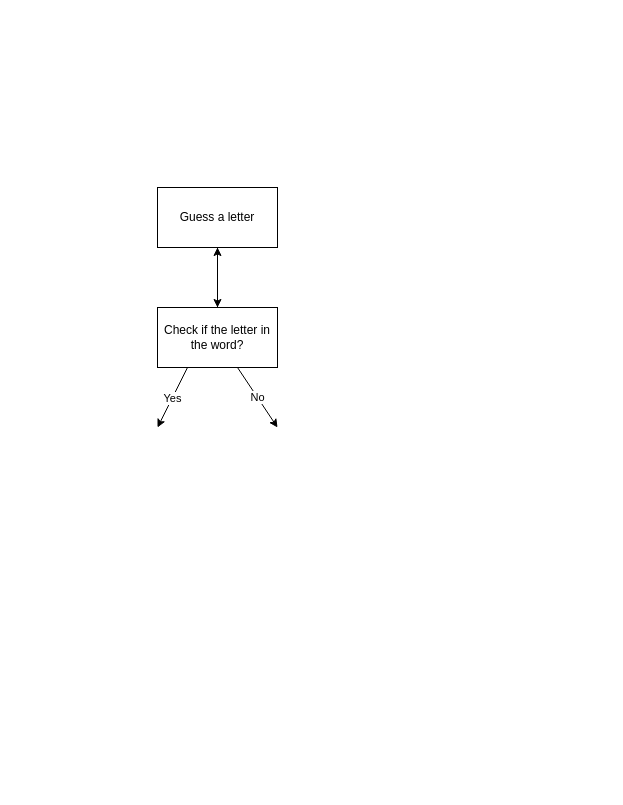
GytenisBorusas/100DaysOfCode keeps this draw.io diagram as Day7_hangman.drawio. Above is the earlier version. Source tidied: cells renumbered, new cells numbered last; positions are measured from the earlier drawing's top-left corner, leaving out a move shared by most shapes. Both pictures are drawn from the tidied source at 100%, with x=0, y=0 at pixel (157, 187).
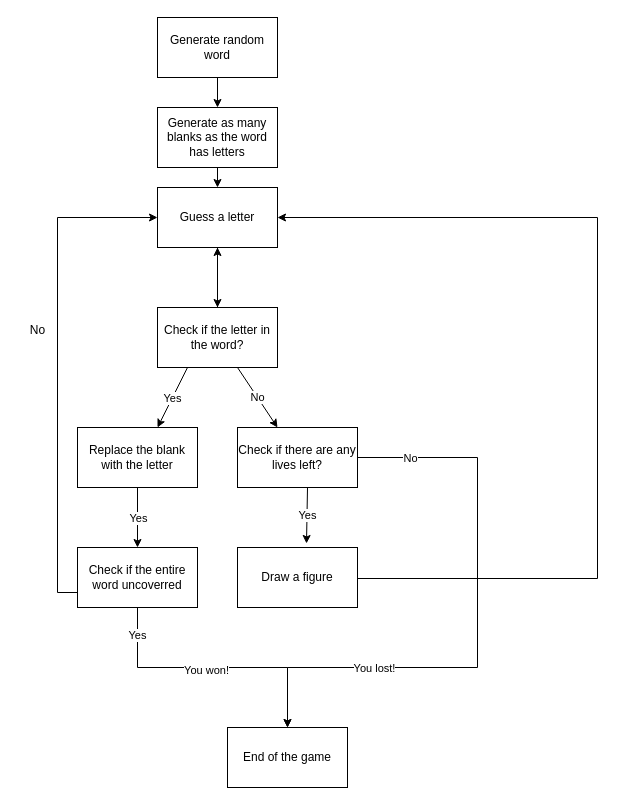
Above is the later version.

Unchanged cells that the change refers to:
```xml
<mxCell id="2" value="Guess a letter" style="rounded=0;whiteSpace=wrap;html=1;" parent="1" vertex="1">
  <mxGeometry width="120" height="60" as="geometry" />
</mxCell>
```

What changed in the source:
```diff
@@
+    <mxCell id="10" style="edgeStyle=orthogonalEdgeStyle;rounded=0;jettySize=auto;html=1;exitX=0;exitY=0.75;exitDx=0;exitDy=0;entryX=0;entryY=0.5;entryDx=0;entryDy=0;" parent="1" edge="1" source="14" target="2">
+      <mxGeometry relative="1" as="geometry" />
+    </mxCell>
+    <mxCell id="11" style="edgeStyle=orthogonalEdgeStyle;rounded=0;jettySize=auto;html=1;exitX=0.5;exitY=1;exitDx=0;exitDy=0;entryX=0.5;entryY=0;entryDx=0;entryDy=0;" parent="1" edge="1" source="14" target="17">
+      <mxGeometry relative="1" as="geometry" />
+    </mxCell>
+    <mxCell id="12" value="You won!&lt;br&gt;" style="edgeLabel;html=1;align=center;verticalAlign=middle;" parent="11" vertex="1">
+      <mxGeometry x="-0.05" y="-2" relative="1" as="geometry" />
+    </mxCell>
+    <mxCell id="13" value="Yes" style="edgeLabel;html=1;align=center;verticalAlign=middle;" parent="11" vertex="1">
+      <mxGeometry x="-0.8" y="-1" relative="1" as="geometry" />
+    </mxCell>
+    <mxCell id="14" value="Check if the entire word uncoverred" style="rounded=0;whiteSpace=wrap;html=1;" parent="1" vertex="1">
+      <mxGeometry x="-80" y="360" width="120" height="60" as="geometry" />
+    </mxCell>
+    <mxCell id="15" style="endArrow=classic;html=1;rounded=0;exitX=0.25;exitY=1;exitDx=0;exitDy=0;entryX=0.5;entryY=0;entryDx=0;entryDy=0;" parent="1" edge="1" target="14">
+      <mxGeometry relative="1" as="geometry">
+        <mxPoint x="-20" y="300" as="sourcePoint" />
+      </mxGeometry>
+    </mxCell>
+    <mxCell id="16" value="Yes&lt;br&gt;" style="edgeLabel;html=1;align=center;verticalAlign=middle;" parent="15" vertex="1">
+      <mxGeometry relative="1" as="geometry" />
+    </mxCell>
+    <mxCell id="17" value="End of the game" style="rounded=0;whiteSpace=wrap;html=1;" parent="1" vertex="1">
+      <mxGeometry x="70" y="540" width="120" height="60" as="geometry" />
+    </mxCell>
+    <mxCell id="18" value="No" style="text;html=1;align=center;verticalAlign=middle;strokeColor=none;fillColor=none;" parent="1" vertex="1">
+      <mxGeometry x="-140" y="128" width="40" height="30" as="geometry" />
+    </mxCell>
+    <mxCell id="19" style="edgeStyle=orthogonalEdgeStyle;rounded=0;jettySize=auto;html=1;exitX=1;exitY=0.5;exitDx=0;exitDy=0;entryX=0.5;entryY=0;entryDx=0;entryDy=0;" parent="1" edge="1" source="22" target="17">
+      <mxGeometry relative="1" as="geometry">
+        <Array as="points">
+          <mxPoint x="320" y="270" />
+          <mxPoint x="320" y="480" />
+          <mxPoint x="130" y="480" />
+        </Array>
+      </mxGeometry>
+    </mxCell>
+    <mxCell id="20" value="You lost!&lt;br&gt;" style="edgeLabel;html=1;align=center;verticalAlign=middle;" parent="19" vertex="1">
+      <mxGeometry x="0.5" relative="1" as="geometry">
+        <mxPoint x="1" as="offset" />
+      </mxGeometry>
+    </mxCell>
+    <mxCell id="21" value="No" style="edgeLabel;html=1;align=center;verticalAlign=middle;" parent="19" vertex="1">
+      <mxGeometry x="-0.82" relative="1" as="geometry" />
+    </mxCell>
+    <mxCell id="22" value="Check if there are any lives left?" style="rounded=0;whiteSpace=wrap;html=1;" parent="1" vertex="1">
+      <mxGeometry x="80" y="240" width="120" height="60" as="geometry" />
+    </mxCell>
+    <mxCell id="23" style="endArrow=classic;html=1;rounded=0;exitX=0.25;exitY=1;exitDx=0;exitDy=0;entryX=0.575;entryY=-0.067;entryDx=0;entryDy=0;entryPerimeter=0;" parent="1" edge="1" target="26">
+      <mxGeometry relative="1" as="geometry">
+        <mxPoint x="150" y="300" as="sourcePoint" />
+      </mxGeometry>
+    </mxCell>
+    <mxCell id="24" value="Yes&lt;br&gt;" style="edgeLabel;html=1;align=center;verticalAlign=middle;" parent="23" vertex="1">
+      <mxGeometry relative="1" as="geometry" />
+    </mxCell>
+    <mxCell id="25" style="edgeStyle=orthogonalEdgeStyle;rounded=0;jettySize=auto;html=1;entryX=1;entryY=0.5;entryDx=0;entryDy=0;" parent="1" edge="1" target="2">
+      <mxGeometry relative="1" as="geometry">
+        <mxPoint x="190" y="390" as="sourcePoint" />
+        <Array as="points">
+          <mxPoint x="190" y="391" />
+          <mxPoint x="440" y="391" />
+          <mxPoint x="440" y="30" />
+        </Array>
+      </mxGeometry>
+    </mxCell>
+    <mxCell id="26" value="Draw a figure&lt;br&gt;" style="rounded=0;whiteSpace=wrap;html=1;" parent="1" vertex="1">
+      <mxGeometry x="80" y="360" width="120" height="60" as="geometry" />
+    </mxCell>
+    <mxCell id="27" style="edgeStyle=orthogonalEdgeStyle;rounded=0;jettySize=auto;html=1;exitX=0.5;exitY=1;exitDx=0;exitDy=0;entryX=0.5;entryY=0;entryDx=0;entryDy=0;" parent="1" edge="1" source="28" target="2">
+      <mxGeometry relative="1" as="geometry" />
+    </mxCell>
+    <mxCell id="28" value="Generate as many blanks as the word has letters" style="rounded=0;whiteSpace=wrap;html=1;" parent="1" vertex="1">
+      <mxGeometry y="-80" width="120" height="60" as="geometry" />
+    </mxCell>
+    <mxCell id="29" style="edgeStyle=orthogonalEdgeStyle;rounded=0;jettySize=auto;html=1;exitX=0.5;exitY=1;exitDx=0;exitDy=0;entryX=0.5;entryY=0;entryDx=0;entryDy=0;" parent="1" edge="1" source="30" target="28">
+      <mxGeometry relative="1" as="geometry" />
+    </mxCell>
+    <mxCell id="30" value="Generate random word" style="rounded=0;whiteSpace=wrap;html=1;" parent="1" vertex="1">
+      <mxGeometry y="-170" width="120" height="60" as="geometry" />
+    </mxCell>
+    <mxCell id="31" value="Replace the blank with the letter" style="rounded=0;whiteSpace=wrap;html=1;" parent="1" vertex="1">
+      <mxGeometry x="-80" y="240" width="120" height="60" as="geometry" />
+    </mxCell>
```
